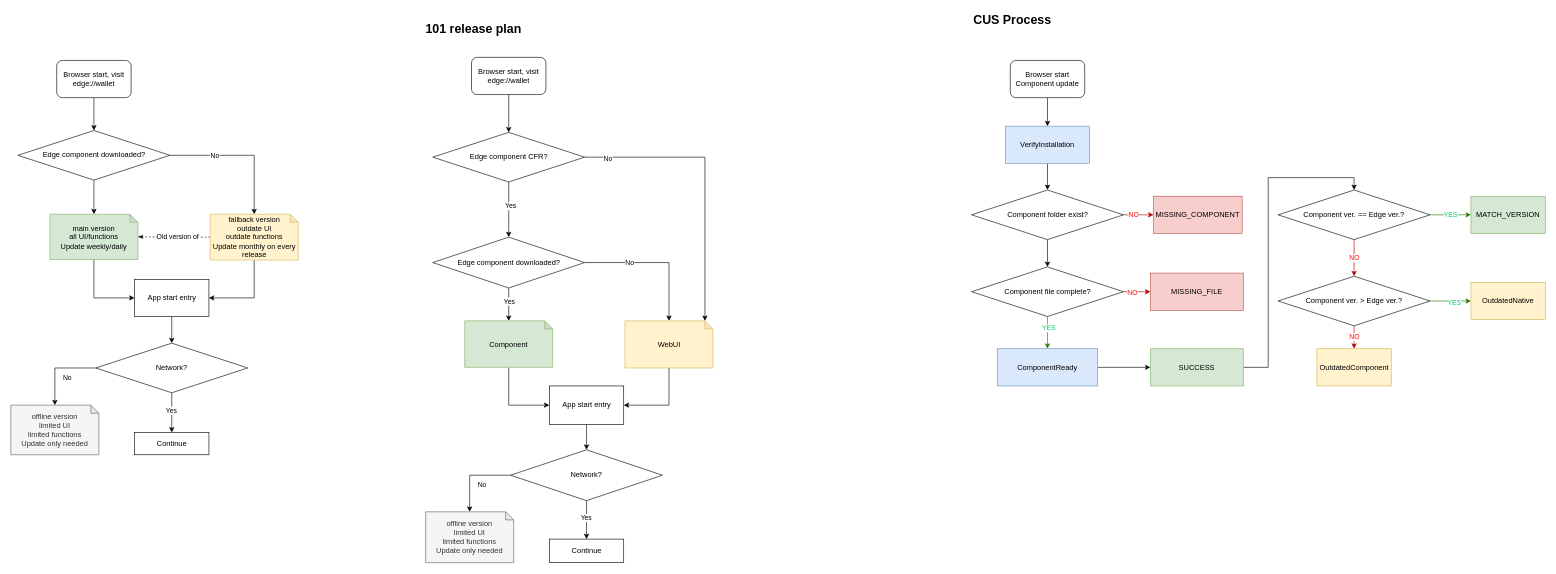
Before: page "Overall" (1 of 3) of Wallet hub migration.drawio in lancelodliu/draw.io, a draw.io diagram. Source tidied: cells renumbered, new cells numbered last; positions are measured from the earlier drawing's top-left corner, leaving out a move shared by most shapes. Both pictures are drawn from the tidied source at 62%, with x=0, y=0 at pixel (11, 11).
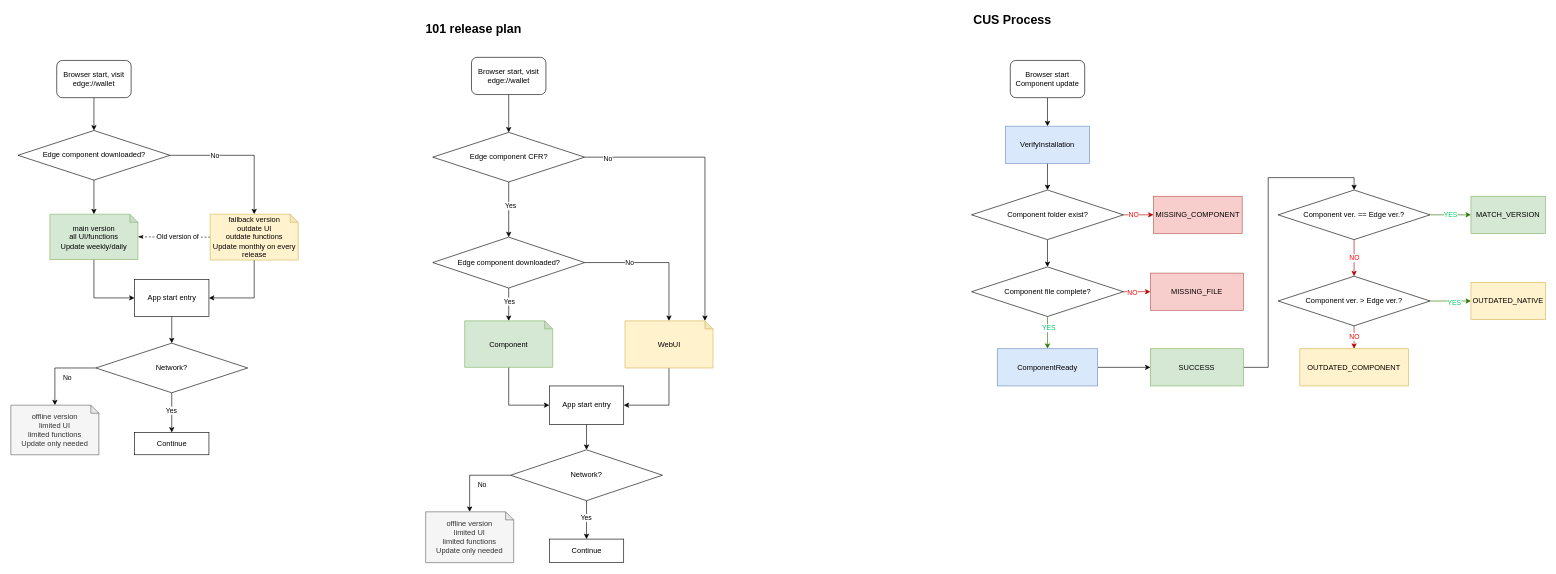
After the change.

Diff of the diagram source:
```diff
@@
-    <mxCell id="63" value="OutdatedNative" style="rounded=0;whiteSpace=wrap;html=1;fillColor=#fff2cc;strokeColor=#d6b656;" parent="1" vertex="1">
+    <mxCell id="63" value="OUTDATED_NATIVE" style="rounded=0;whiteSpace=wrap;html=1;fillColor=#fff2cc;strokeColor=#d6b656;" parent="1" vertex="1">
       <mxGeometry x="2355" y="438" width="120" height="60" as="geometry" />
     </mxCell>
-    <mxCell id="64" value="OutdatedComponent" style="rounded=0;whiteSpace=wrap;html=1;fillColor=#fff2cc;strokeColor=#d6b656;" parent="1" vertex="1">
-      <mxGeometry x="2106.5" y="545" width="120" height="60" as="geometry" />
+    <mxCell id="64" value="OUTDATED_COMPONENT" style="rounded=0;whiteSpace=wrap;html=1;fillColor=#fff2cc;strokeColor=#d6b656;" parent="1" vertex="1">
+      <mxGeometry x="2079" y="545" width="175" height="60" as="geometry" />
     </mxCell>
```
